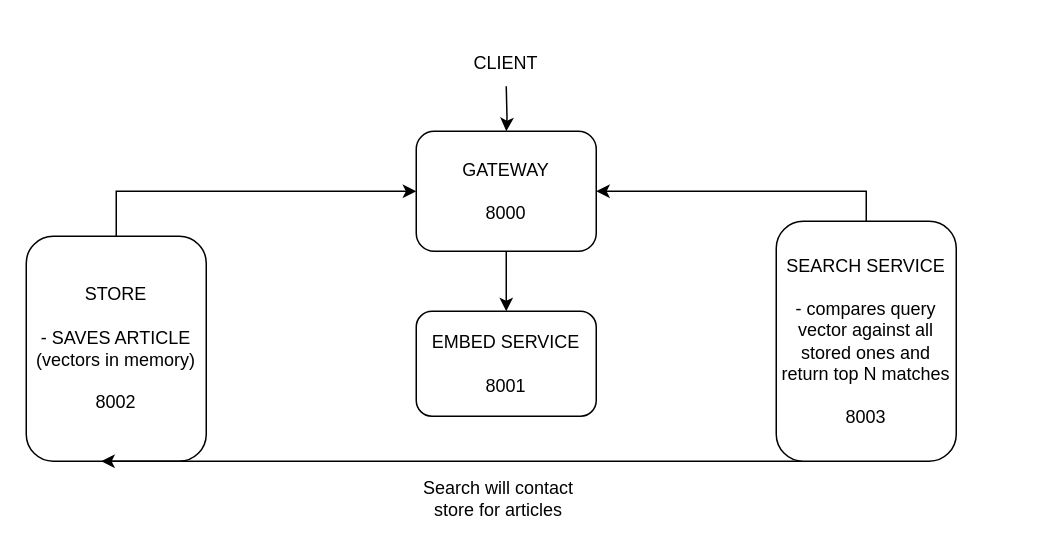
Jatin-404/semantic-article-search keeps this draw.io diagram as Article Similarity Feed.drawio. Above is the earlier version. Source tidied: cells renumbered, new cells numbered last; positions are measured from the earlier drawing's top-left corner, leaving out a move shared by most shapes. Both pictures are drawn from the tidied source at 150%, with x=0, y=0 at pixel (26, 26).
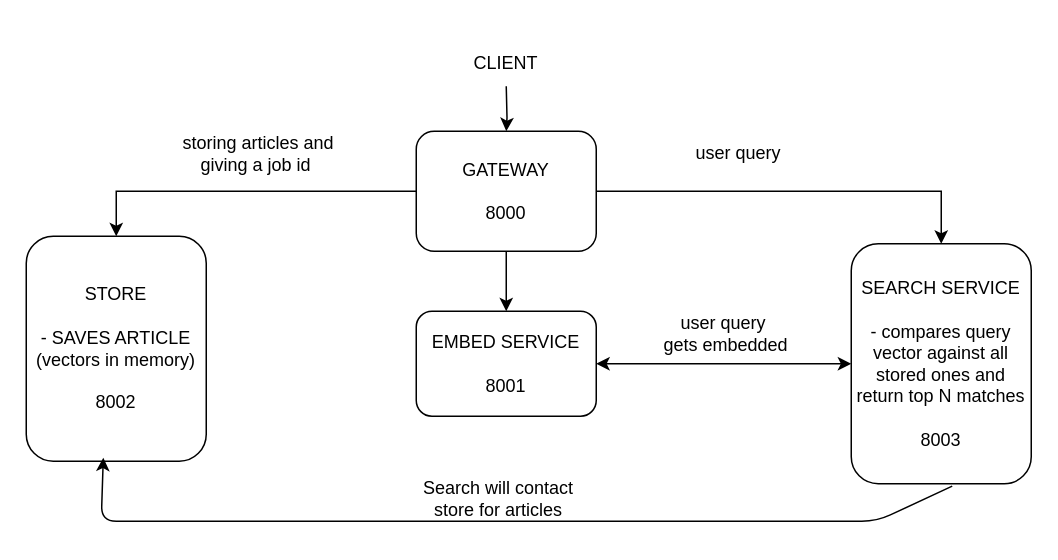
After the change.

The edit, as a diff of the source:
```diff
@@
 <mxGraphModel>
   <root>
     <mxCell id="0" />
     <mxCell id="1" parent="0" />
     <mxCell id="2" style="edgeStyle=orthogonalEdgeStyle;rounded=0;jettySize=auto;html=1;exitX=0.5;exitY=1;exitDx=0;exitDy=0;" parent="1" edge="1" target="4">
       <mxGeometry relative="1" as="geometry">
         <mxPoint x="320" y="40" as="sourcePoint" />
       </mxGeometry>
     </mxCell>
     <mxCell id="3" style="edgeStyle=orthogonalEdgeStyle;rounded=0;jettySize=auto;html=1;exitX=0.5;exitY=1;exitDx=0;exitDy=0;" parent="1" edge="1" source="4" target="6">
       <mxGeometry relative="1" as="geometry" />
     </mxCell>
     <mxCell id="4" value="GATEWAY&lt;div&gt;&lt;br&gt;&lt;/div&gt;&lt;div&gt;8000&lt;/div&gt;" style="rounded=1;whiteSpace=wrap;html=1;" parent="1" vertex="1">
       <mxGeometry x="260" y="70" width="120" height="80" as="geometry" />
     </mxCell>
     <mxCell id="5" value="CLIENT" style="text;html=1;whiteSpace=wrap;strokeColor=none;fillColor=none;align=center;verticalAlign=middle;rounded=0;" parent="1" vertex="1">
       <mxGeometry x="255" width="130" height="50" as="geometry" />
     </mxCell>
     <mxCell id="6" value="EMBED SERVICE&lt;div&gt;&lt;br&gt;&lt;/div&gt;&lt;div&gt;8001&lt;/div&gt;" style="rounded=1;whiteSpace=wrap;html=1;" parent="1" vertex="1">
       <mxGeometry x="260" y="190" width="120" height="70" as="geometry" />
     </mxCell>
-    <mxCell id="7" style="edgeStyle=orthogonalEdgeStyle;rounded=0;jettySize=auto;html=1;exitX=0.5;exitY=0;exitDx=0;exitDy=0;entryX=0;entryY=0.5;entryDx=0;entryDy=0;" parent="1" edge="1" source="8" target="4">
+    <mxCell id="7" style="edgeStyle=orthogonalEdgeStyle;rounded=0;jettySize=auto;html=1;entryX=0.5;entryY=0;entryDx=0;entryDy=0;" parent="1" edge="1" source="4" target="8">
       <mxGeometry relative="1" as="geometry" />
     </mxCell>
     <mxCell id="8" value="STORE&lt;div&gt;&lt;br&gt;&lt;/div&gt;&lt;div&gt;- SAVES ARTICLE&lt;/div&gt;&lt;div&gt;(vectors in memory)&lt;/div&gt;&lt;div&gt;&lt;br&gt;&lt;/div&gt;&lt;div&gt;8002&lt;/div&gt;" style="rounded=1;whiteSpace=wrap;html=1;" parent="1" vertex="1">
       <mxGeometry y="140" width="120" height="150" as="geometry" />
     </mxCell>
-    <mxCell id="9" style="edgeStyle=orthogonalEdgeStyle;rounded=0;jettySize=auto;html=1;exitX=0.5;exitY=0;exitDx=0;exitDy=0;entryX=1;entryY=0.5;entryDx=0;entryDy=0;" parent="1" edge="1" source="11" target="4">
+    <mxCell id="9" style="edgeStyle=orthogonalEdgeStyle;rounded=0;jettySize=auto;html=1;exitX=1;exitY=0.5;exitDx=0;exitDy=0;entryX=0.5;entryY=0;entryDx=0;entryDy=0;" parent="1" edge="1" source="4" target="11">
       <mxGeometry relative="1" as="geometry" />
     </mxCell>
-    <mxCell id="10" style="edgeStyle=none;html=1;exitX=0.5;exitY=1;exitDx=0;exitDy=0;" parent="1" edge="1" source="11">
+    <mxCell id="10" style="edgeStyle=none;html=1;entryX=0.428;entryY=0.984;entryDx=0;entryDy=0;entryPerimeter=0;exitX=0.561;exitY=1.01;exitDx=0;exitDy=0;exitPerimeter=0;" parent="1" edge="1" source="11" target="8">
       <mxGeometry relative="1" as="geometry">
-        <mxPoint x="50" y="290" as="targetPoint" />
+        <Array as="points">
+          <mxPoint x="567" y="330" />
+          <mxPoint x="310" y="330" />
+          <mxPoint x="50" y="330" />
+        </Array>
       </mxGeometry>
     </mxCell>
     <mxCell id="11" value="SEARCH SERVICE&lt;div&gt;&lt;br&gt;&lt;/div&gt;&lt;div&gt;- compares query vector against all stored ones and return top N matches&lt;/div&gt;&lt;div&gt;&lt;br&gt;&lt;/div&gt;&lt;div&gt;8003&lt;/div&gt;" style="rounded=1;whiteSpace=wrap;html=1;" parent="1" vertex="1">
-      <mxGeometry x="500" y="130" width="120" height="160" as="geometry" />
+      <mxGeometry x="550" y="145" width="120" height="160" as="geometry" />
     </mxCell>
     <mxCell id="12" value="Search will contact store for articles" style="text;html=1;align=center;verticalAlign=middle;whiteSpace=wrap;rounded=0;" parent="1" vertex="1">
       <mxGeometry x="250" y="300" width="130" height="30" as="geometry" />
     </mxCell>
+    <mxCell id="13" style="endArrow=classic;startArrow=classic;html=1;entryX=0;entryY=0.5;entryDx=0;entryDy=0;exitX=1;exitY=0.5;exitDx=0;exitDy=0;" parent="1" edge="1" source="6" target="11">
+      <mxGeometry relative="1" as="geometry" />
+    </mxCell>
+    <mxCell id="14" value="storing articles and giving a job id&amp;nbsp;" style="text;html=1;align=center;verticalAlign=middle;whiteSpace=wrap;rounded=0;" parent="1" vertex="1">
+      <mxGeometry x="90" y="70" width="130" height="30" as="geometry" />
+    </mxCell>
+    <mxCell id="15" value="user query" style="text;html=1;align=center;verticalAlign=middle;whiteSpace=wrap;rounded=0;" parent="1" vertex="1">
+      <mxGeometry x="410" y="70" width="130" height="30" as="geometry" />
+    </mxCell>
+    <mxCell id="16" value="user query&lt;div&gt;&amp;nbsp;gets embedded&lt;/div&gt;" style="text;html=1;align=center;verticalAlign=middle;whiteSpace=wrap;rounded=0;" parent="1" vertex="1">
+      <mxGeometry x="400" y="190" width="130" height="30" as="geometry" />
+    </mxCell>
   </root>
 </mxGraphModel>
```
